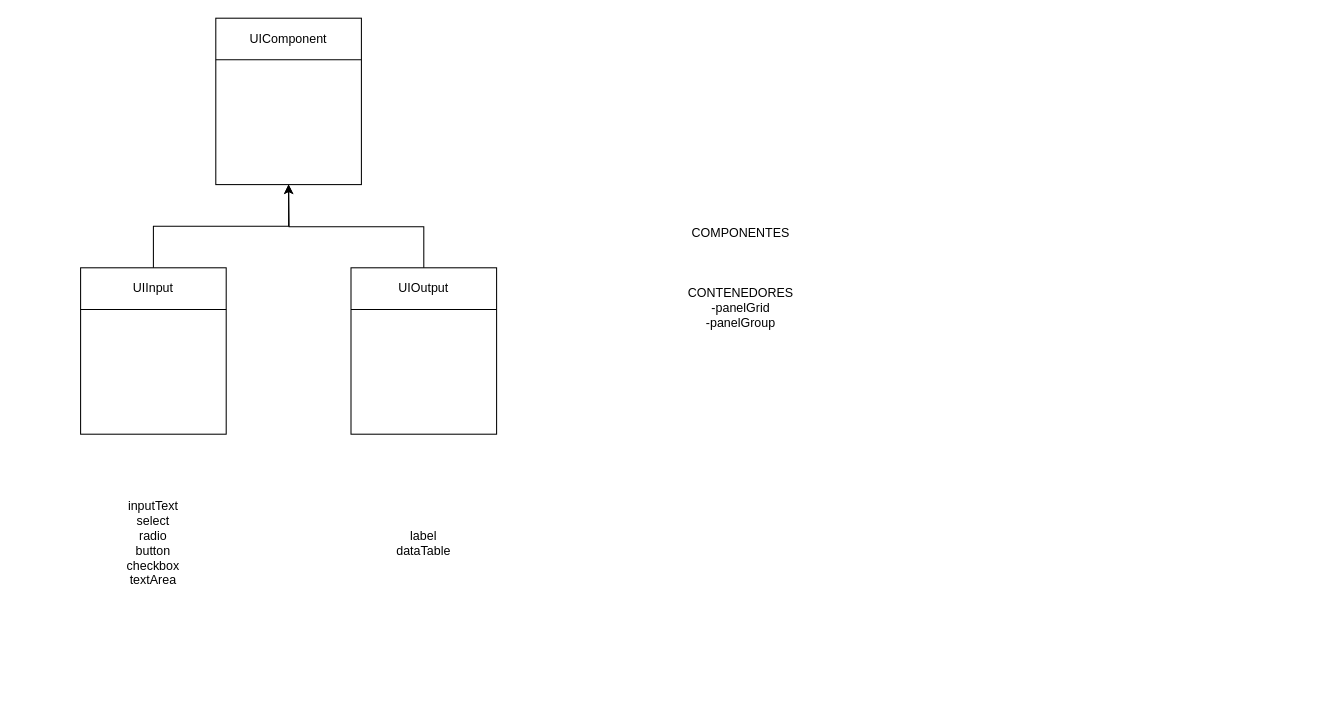
lrag/JSF keeps this draw.io diagram as page "Página-1" (1 of 11) of diagramas.drawio. Above is the earlier version. Source tidied: cells renumbered, new cells numbered last; positions are measured from the earlier drawing's top-left corner, leaving out a move shared by most shapes. Both pictures are drawn from the tidied source at 104%, with x=0, y=0 at pixel (80, 18).
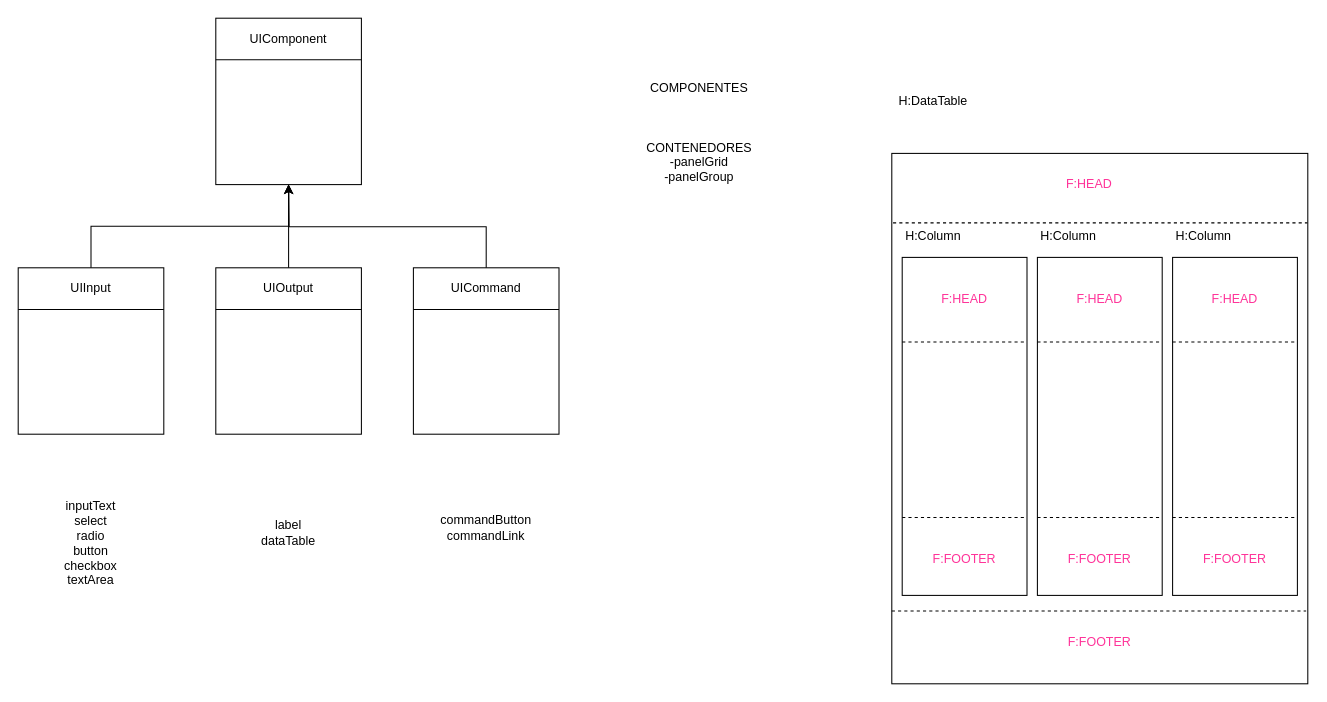
The same diagram, later.

The change refers to these unchanged cells:
```xml
<mxCell id="2" style="rounded=0;whiteSpace=wrap;html=1;fillColor=none;" parent="1" vertex="1">
  <mxGeometry x="130" width="140" height="160" as="geometry" />
</mxCell>
```

Change to the diagram source:
```diff
@@
     <mxCell id="5" style="rounded=0;whiteSpace=wrap;html=1;fillColor=none;" parent="1" vertex="1">
-      <mxGeometry y="240" width="140" height="160" as="geometry" />
+      <mxGeometry x="-60" y="240" width="140" height="160" as="geometry" />
     </mxCell>
     <mxCell id="6" style="endArrow=none;html=1;exitX=0;exitY=0.25;exitDx=0;exitDy=0;" parent="1" edge="1" source="5">
       <mxGeometry relative="1" as="geometry">
-        <mxPoint x="140" y="280" as="targetPoint" />
+        <mxPoint x="80" y="280" as="targetPoint" />
       </mxGeometry>
     </mxCell>
@@
     <mxCell id="8" style="rounded=0;whiteSpace=wrap;html=1;fillColor=none;" parent="1" vertex="1">
-      <mxGeometry x="260" y="240" width="140" height="160" as="geometry" />
+      <mxGeometry x="320" y="240" width="140" height="160" as="geometry" />
     </mxCell>
     <mxCell id="9" style="endArrow=none;html=1;exitX=0;exitY=0.25;exitDx=0;exitDy=0;" parent="1" edge="1" source="8">
       <mxGeometry relative="1" as="geometry">
-        <mxPoint x="400" y="280" as="targetPoint" />
+        <mxPoint x="460" y="280" as="targetPoint" />
       </mxGeometry>
     </mxCell>
@@
     <mxCell id="11" value="UIInput" style="text;html=1;strokeColor=none;fillColor=none;align=center;verticalAlign=middle;whiteSpace=wrap;rounded=0;" parent="1" vertex="1">
-      <mxGeometry x="50" y="250" width="40" height="20" as="geometry" />
+      <mxGeometry x="-10" y="250" width="40" height="20" as="geometry" />
     </mxCell>
-    <mxCell id="12" value="UIOutput" style="text;html=1;strokeColor=none;fillColor=none;align=center;verticalAlign=middle;whiteSpace=wrap;rounded=0;" parent="1" vertex="1">
-      <mxGeometry x="310" y="250" width="40" height="20" as="geometry" />
+    <mxCell id="12" value="UICommand" style="text;html=1;strokeColor=none;fillColor=none;align=center;verticalAlign=middle;whiteSpace=wrap;rounded=0;" parent="1" vertex="1">
+      <mxGeometry x="370" y="250" width="40" height="20" as="geometry" />
     </mxCell>
     <mxCell id="13" value="inputText&lt;br&gt;select&lt;br&gt;radio button&lt;br&gt;checkbox&lt;br&gt;textArea" style="text;html=1;strokeColor=none;fillColor=none;align=center;verticalAlign=middle;whiteSpace=wrap;rounded=0;" parent="1" vertex="1">
-      <mxGeometry x="50" y="430" width="40" height="150" as="geometry" />
+      <mxGeometry x="-10" y="430" width="40" height="150" as="geometry" />
     </mxCell>
     <mxCell id="14" value="label&lt;br&gt;dataTable&lt;br&gt;" style="text;html=1;strokeColor=none;fillColor=none;align=center;verticalAlign=middle;whiteSpace=wrap;rounded=0;" parent="1" vertex="1">
-      <mxGeometry x="310" y="430" width="40" height="150" as="geometry" />
+      <mxGeometry x="180" y="420" width="40" height="150" as="geometry" />
     </mxCell>
     <mxCell id="15" value="COMPONENTES&lt;br&gt;&lt;br&gt;&lt;br&gt;&lt;br&gt;CONTENEDORES&lt;br&gt;-panelGrid&lt;br&gt;-panelGroup" style="text;html=1;strokeColor=none;fillColor=none;align=center;verticalAlign=middle;whiteSpace=wrap;rounded=0;" parent="1" vertex="1">
-      <mxGeometry x="560" y="170" width="150" height="160" as="geometry" />
+      <mxGeometry x="520" y="30" width="150" height="160" as="geometry" />
     </mxCell>
+    <mxCell id="16" style="edgeStyle=orthogonalEdgeStyle;rounded=0;jettySize=auto;html=1;exitX=0.5;exitY=0;exitDx=0;exitDy=0;entryX=0.5;entryY=1;entryDx=0;entryDy=0;fontColor=#FF3399;" parent="1" edge="1" source="17" target="2">
+      <mxGeometry relative="1" as="geometry" />
+    </mxCell>
+    <mxCell id="17" style="rounded=0;whiteSpace=wrap;html=1;fillColor=none;" parent="1" vertex="1">
+      <mxGeometry x="130" y="240" width="140" height="160" as="geometry" />
+    </mxCell>
+    <mxCell id="18" style="endArrow=none;html=1;exitX=0;exitY=0.25;exitDx=0;exitDy=0;" parent="1" edge="1" source="17">
+      <mxGeometry relative="1" as="geometry">
+        <mxPoint x="270" y="280" as="targetPoint" />
+      </mxGeometry>
+    </mxCell>
+    <mxCell id="19" value="UIOutput" style="text;html=1;strokeColor=none;fillColor=none;align=center;verticalAlign=middle;whiteSpace=wrap;rounded=0;" parent="1" vertex="1">
+      <mxGeometry x="180" y="250" width="40" height="20" as="geometry" />
+    </mxCell>
+    <mxCell id="20" value="&lt;font color=&quot;#000000&quot;&gt;commandButton&lt;br&gt;commandLink&lt;br&gt;&lt;/font&gt;" style="text;html=1;strokeColor=none;fillColor=none;align=center;verticalAlign=middle;whiteSpace=wrap;rounded=0;fontColor=#FF3399;" parent="1" vertex="1">
+      <mxGeometry x="370" y="480" width="40" height="20" as="geometry" />
+    </mxCell>
+    <mxCell id="21" style="rounded=0;whiteSpace=wrap;html=1;fillColor=none;fontColor=#FF3399;" parent="1" vertex="1">
+      <mxGeometry x="780" y="130" width="400" height="510" as="geometry" />
+    </mxCell>
+    <mxCell id="22" value="&lt;font color=&quot;#000000&quot;&gt;H:DataTable&lt;/font&gt;" style="text;html=1;strokeColor=none;fillColor=none;align=center;verticalAlign=middle;whiteSpace=wrap;rounded=0;fontColor=#FF3399;" parent="1" vertex="1">
+      <mxGeometry x="800" y="70" width="40" height="20" as="geometry" />
+    </mxCell>
+    <mxCell id="23" style="rounded=0;whiteSpace=wrap;html=1;fillColor=none;fontColor=#FF3399;" parent="1" vertex="1">
+      <mxGeometry x="790" y="230" width="120" height="325" as="geometry" />
+    </mxCell>
+    <mxCell id="24" value="&lt;font color=&quot;#000000&quot;&gt;H:Column&lt;/font&gt;" style="text;html=1;strokeColor=none;fillColor=none;align=center;verticalAlign=middle;whiteSpace=wrap;rounded=0;fontColor=#FF3399;" parent="1" vertex="1">
+      <mxGeometry x="800" y="200" width="40" height="20" as="geometry" />
+    </mxCell>
+    <mxCell id="25" style="endArrow=none;dashed=1;html=1;fontColor=#FF3399;exitX=0;exitY=0.25;exitDx=0;exitDy=0;entryX=1;entryY=0.25;entryDx=0;entryDy=0;" parent="1" edge="1" source="23" target="23">
+      <mxGeometry relative="1" as="geometry" />
+    </mxCell>
+    <mxCell id="26" style="endArrow=none;dashed=1;html=1;fontColor=#FF3399;exitX=0;exitY=0.25;exitDx=0;exitDy=0;entryX=1;entryY=0.25;entryDx=0;entryDy=0;" parent="1" edge="1">
+      <mxGeometry relative="1" as="geometry">
+        <mxPoint x="790" y="480" as="sourcePoint" />
+        <mxPoint x="910" y="480" as="targetPoint" />
+      </mxGeometry>
+    </mxCell>
+    <mxCell id="27" value="F:HEAD" style="text;html=1;strokeColor=none;fillColor=none;align=center;verticalAlign=middle;whiteSpace=wrap;rounded=0;fontColor=#FF3399;" parent="1" vertex="1">
+      <mxGeometry x="830" y="260" width="40" height="20" as="geometry" />
+    </mxCell>
+    <mxCell id="28" value="F:FOOTER" style="text;html=1;strokeColor=none;fillColor=none;align=center;verticalAlign=middle;whiteSpace=wrap;rounded=0;fontColor=#FF3399;" parent="1" vertex="1">
+      <mxGeometry x="830" y="510" width="40" height="20" as="geometry" />
+    </mxCell>
+    <mxCell id="29" style="rounded=0;whiteSpace=wrap;html=1;fillColor=none;fontColor=#FF3399;" parent="1" vertex="1">
+      <mxGeometry x="920" y="230" width="120" height="325" as="geometry" />
+    </mxCell>
+    <mxCell id="30" value="&lt;font color=&quot;#000000&quot;&gt;H:Column&lt;/font&gt;" style="text;html=1;strokeColor=none;fillColor=none;align=center;verticalAlign=middle;whiteSpace=wrap;rounded=0;fontColor=#FF3399;" parent="1" vertex="1">
+      <mxGeometry x="930" y="200" width="40" height="20" as="geometry" />
+    </mxCell>
+    <mxCell id="31" style="endArrow=none;dashed=1;html=1;fontColor=#FF3399;exitX=0;exitY=0.25;exitDx=0;exitDy=0;entryX=1;entryY=0.25;entryDx=0;entryDy=0;" parent="1" edge="1" source="29" target="29">
+      <mxGeometry relative="1" as="geometry" />
+    </mxCell>
+    <mxCell id="32" style="endArrow=none;dashed=1;html=1;fontColor=#FF3399;exitX=0;exitY=0.25;exitDx=0;exitDy=0;entryX=1;entryY=0.25;entryDx=0;entryDy=0;" parent="1" edge="1">
+      <mxGeometry relative="1" as="geometry">
+        <mxPoint x="920" y="480" as="sourcePoint" />
+        <mxPoint x="1040" y="480" as="targetPoint" />
+      </mxGeometry>
+    </mxCell>
+    <mxCell id="33" value="F:HEAD" style="text;html=1;strokeColor=none;fillColor=none;align=center;verticalAlign=middle;whiteSpace=wrap;rounded=0;fontColor=#FF3399;" parent="1" vertex="1">
+      <mxGeometry x="960" y="260" width="40" height="20" as="geometry" />
+    </mxCell>
+    <mxCell id="34" value="F:FOOTER" style="text;html=1;strokeColor=none;fillColor=none;align=center;verticalAlign=middle;whiteSpace=wrap;rounded=0;fontColor=#FF3399;" parent="1" vertex="1">
+      <mxGeometry x="960" y="510" width="40" height="20" as="geometry" />
+    </mxCell>
+    <mxCell id="35" style="rounded=0;whiteSpace=wrap;html=1;fillColor=none;fontColor=#FF3399;" parent="1" vertex="1">
+      <mxGeometry x="1050" y="230" width="120" height="325" as="geometry" />
+    </mxCell>
+    <mxCell id="36" value="&lt;font color=&quot;#000000&quot;&gt;H:Column&lt;/font&gt;" style="text;html=1;strokeColor=none;fillColor=none;align=center;verticalAlign=middle;whiteSpace=wrap;rounded=0;fontColor=#FF3399;" parent="1" vertex="1">
+      <mxGeometry x="1060" y="200" width="40" height="20" as="geometry" />
+    </mxCell>
+    <mxCell id="37" style="endArrow=none;dashed=1;html=1;fontColor=#FF3399;exitX=0;exitY=0.25;exitDx=0;exitDy=0;entryX=1;entryY=0.25;entryDx=0;entryDy=0;" parent="1" edge="1" source="35" target="35">
+      <mxGeometry relative="1" as="geometry" />
+    </mxCell>
+    <mxCell id="38" style="endArrow=none;dashed=1;html=1;fontColor=#FF3399;exitX=0;exitY=0.25;exitDx=0;exitDy=0;entryX=1;entryY=0.25;entryDx=0;entryDy=0;" parent="1" edge="1">
+      <mxGeometry relative="1" as="geometry">
+        <mxPoint x="1050" y="480" as="sourcePoint" />
+        <mxPoint x="1170" y="480" as="targetPoint" />
+      </mxGeometry>
+    </mxCell>
+    <mxCell id="39" value="F:HEAD" style="text;html=1;strokeColor=none;fillColor=none;align=center;verticalAlign=middle;whiteSpace=wrap;rounded=0;fontColor=#FF3399;" parent="1" vertex="1">
+      <mxGeometry x="1090" y="260" width="40" height="20" as="geometry" />
+    </mxCell>
+    <mxCell id="40" value="F:FOOTER" style="text;html=1;strokeColor=none;fillColor=none;align=center;verticalAlign=middle;whiteSpace=wrap;rounded=0;fontColor=#FF3399;" parent="1" vertex="1">
+      <mxGeometry x="1090" y="510" width="40" height="20" as="geometry" />
+    </mxCell>
+    <mxCell id="41" style="endArrow=none;dashed=1;html=1;fontColor=#FF3399;exitX=0.003;exitY=0.131;exitDx=0;exitDy=0;exitPerimeter=0;entryX=0.999;entryY=0.131;entryDx=0;entryDy=0;entryPerimeter=0;" parent="1" edge="1" source="21" target="21">
+      <mxGeometry relative="1" as="geometry" />
+    </mxCell>
+    <mxCell id="42" value="F:HEAD" style="text;html=1;strokeColor=none;fillColor=none;align=center;verticalAlign=middle;whiteSpace=wrap;rounded=0;fontColor=#FF3399;" parent="1" vertex="1">
+      <mxGeometry x="950" y="150" width="40" height="20" as="geometry" />
+    </mxCell>
+    <mxCell id="43" style="endArrow=none;dashed=1;html=1;fontColor=#FF3399;exitX=0.003;exitY=0.131;exitDx=0;exitDy=0;exitPerimeter=0;entryX=0.999;entryY=0.131;entryDx=0;entryDy=0;entryPerimeter=0;" parent="1" edge="1">
+      <mxGeometry relative="1" as="geometry">
+        <mxPoint x="780" y="570" as="sourcePoint" />
+        <mxPoint x="1178.4" y="570" as="targetPoint" />
+      </mxGeometry>
+    </mxCell>
+    <mxCell id="44" value="F:FOOTER" style="text;html=1;strokeColor=none;fillColor=none;align=center;verticalAlign=middle;whiteSpace=wrap;rounded=0;fontColor=#FF3399;" parent="1" vertex="1">
+      <mxGeometry x="960" y="590" width="40" height="20" as="geometry" />
+    </mxCell>
```
